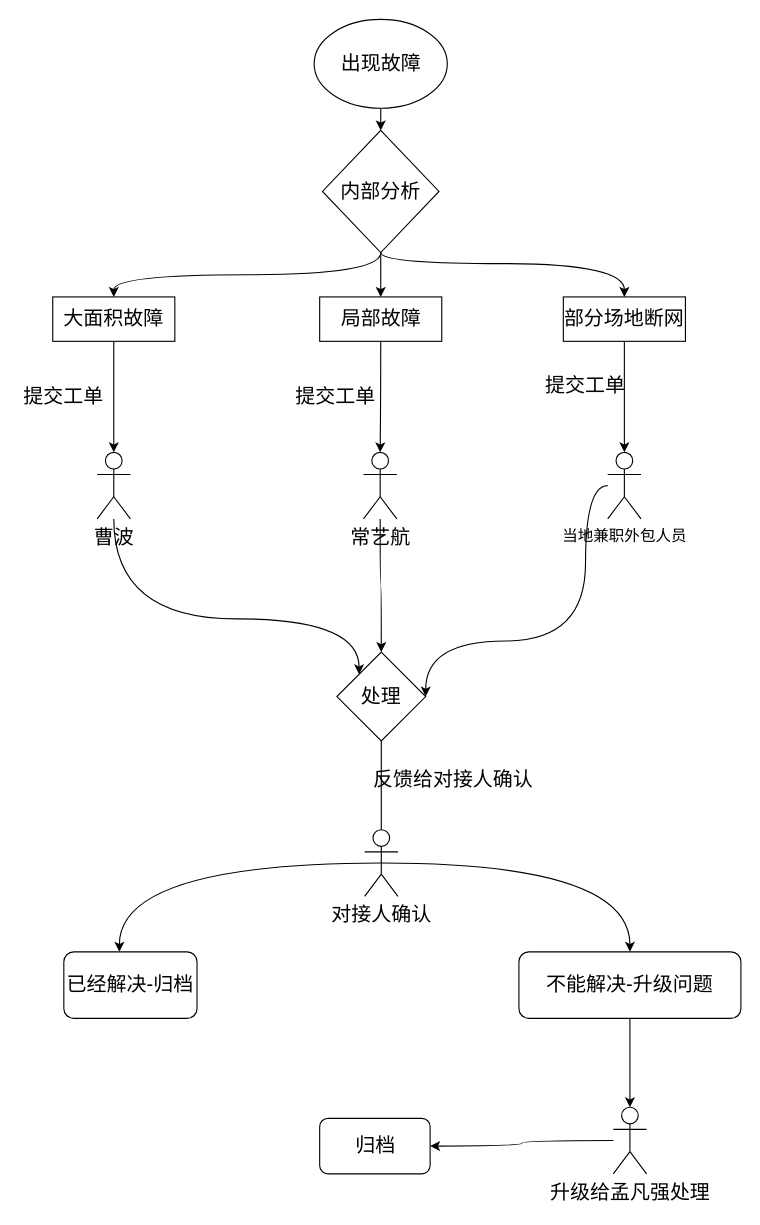
sjwayrhz/diagrams keeps this draw.io diagram as 单小二/单小二规划.drawio. Above is the earlier version. Source tidied: cells renumbered, new cells numbered last; positions are measured from the earlier drawing's top-left corner, leaving out a move shared by most shapes. Both pictures are drawn from the tidied source at 111%, with x=0, y=0 at pixel (19, 19).
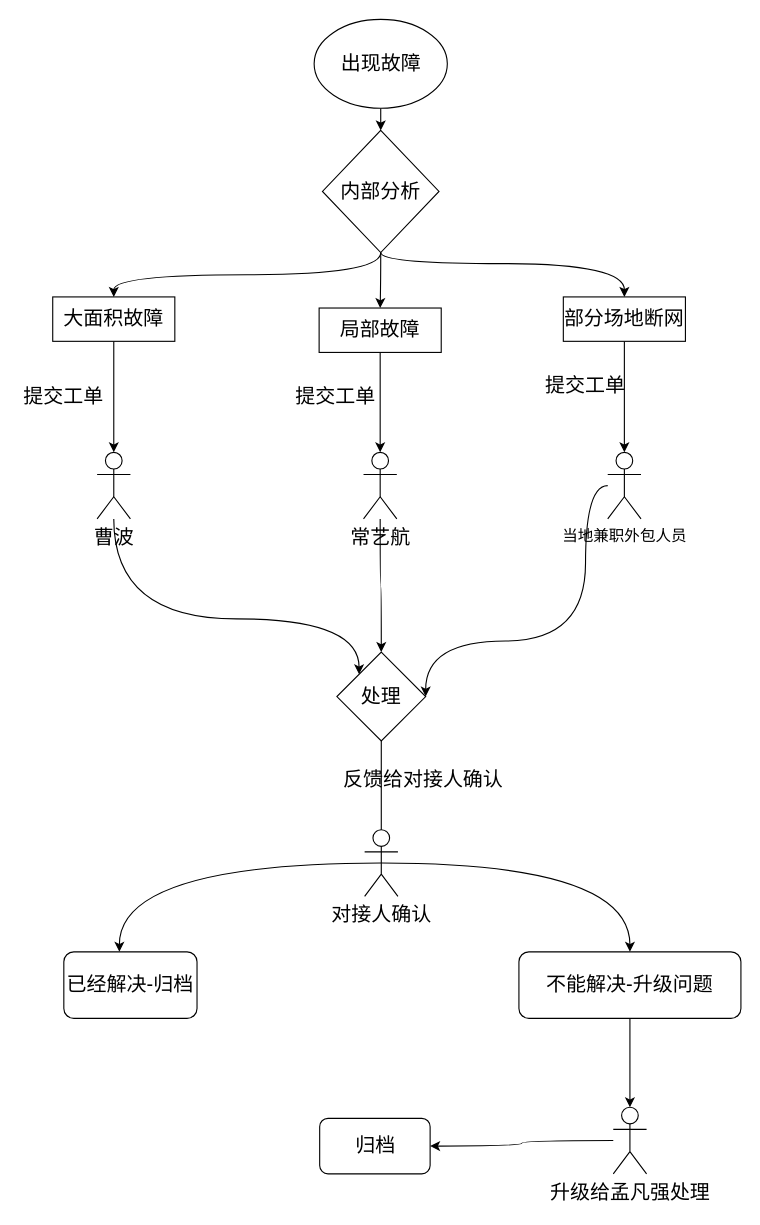
The same page after the edit.

Commit message:
Update 单小二规划.drawio

The edit, as a diff of the source:
```diff
@@
     <mxCell id="11" value="&lt;font style=&quot;font-size: 18px&quot;&gt;局部故障&lt;br&gt;&lt;/font&gt;" style="rounded=0;whiteSpace=wrap;html=1;" parent="1" vertex="1">
-      <mxGeometry x="270.5" y="250" width="110" height="40" as="geometry" />
+      <mxGeometry x="270" y="260" width="110" height="40" as="geometry" />
     </mxCell>
@@
     <mxCell id="26" value="&lt;font style=&quot;font-size: 18px&quot;&gt;反馈给对接人确认&lt;/font&gt;" style="text;html=1;strokeColor=none;fillColor=none;align=center;verticalAlign=middle;whiteSpace=wrap;rounded=0;" parent="1" vertex="1">
-      <mxGeometry x="300" y="680" width="182" height="10" as="geometry" />
+      <mxGeometry x="273" y="680" width="182" height="10" as="geometry" />
     </mxCell>
@@
+    <mxCell id="35" style="edgeStyle=orthogonalEdgeStyle;rounded=0;orthogonalLoop=1;jettySize=auto;html=1;exitX=0.5;exitY=1;exitDx=0;exitDy=0;" parent="1" edge="1" source="26" target="26">
+      <mxGeometry relative="1" as="geometry" />
+    </mxCell>
```
